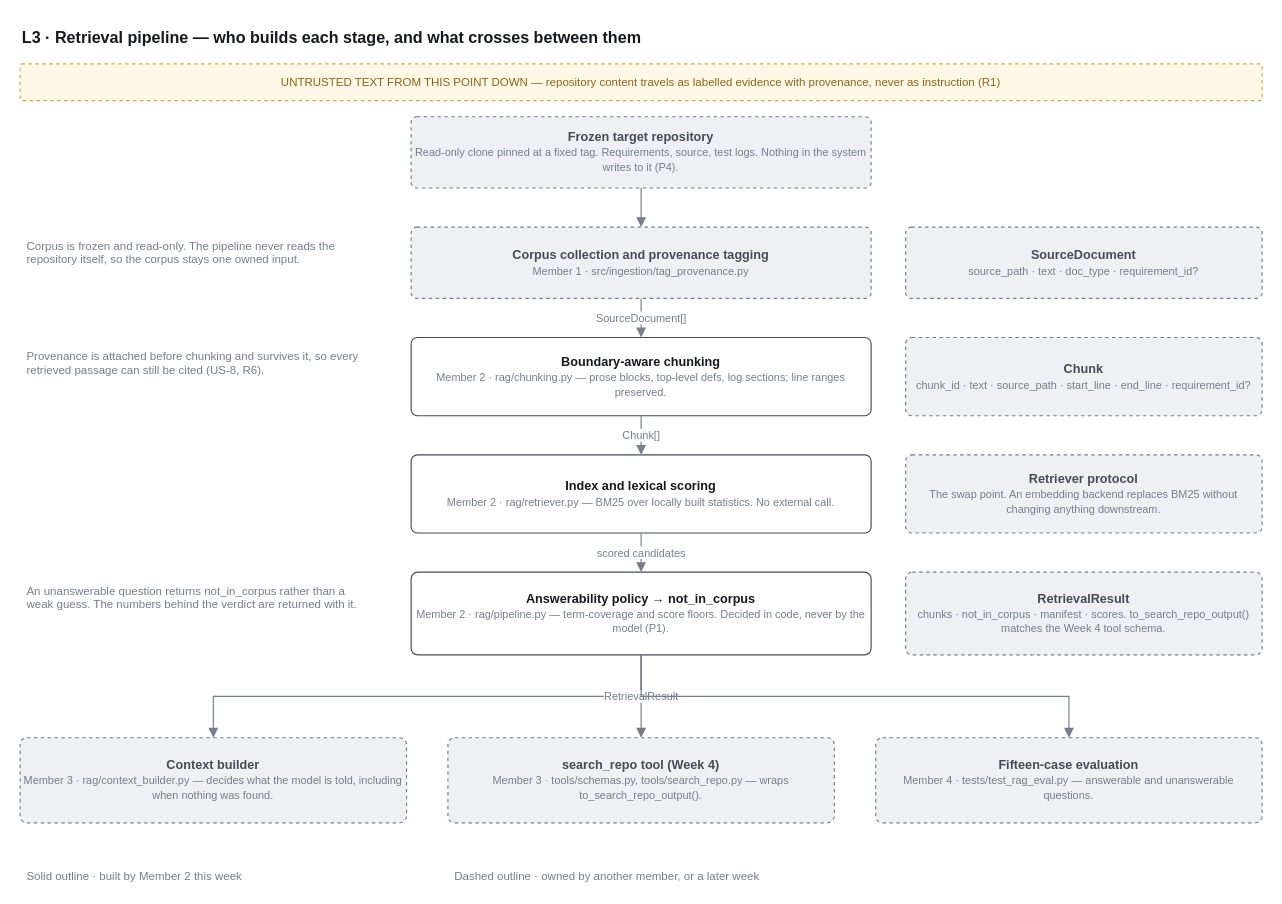
The draw.io diagram page "L3 · Retrieval pipeline" (4 of 4) of docs/architecture/qa-agent-architecture (1).drawio in SelinaMasembe/Software-engineering-QA-agent, before the edit. Source tidied: cells renumbered, new cells numbered last; positions are measured from the earlier drawing's top-left corner, leaving out a move shared by most shapes. Both pictures are drawn from the tidied source at 115%, with x=0, y=0 at pixel (20, 20).
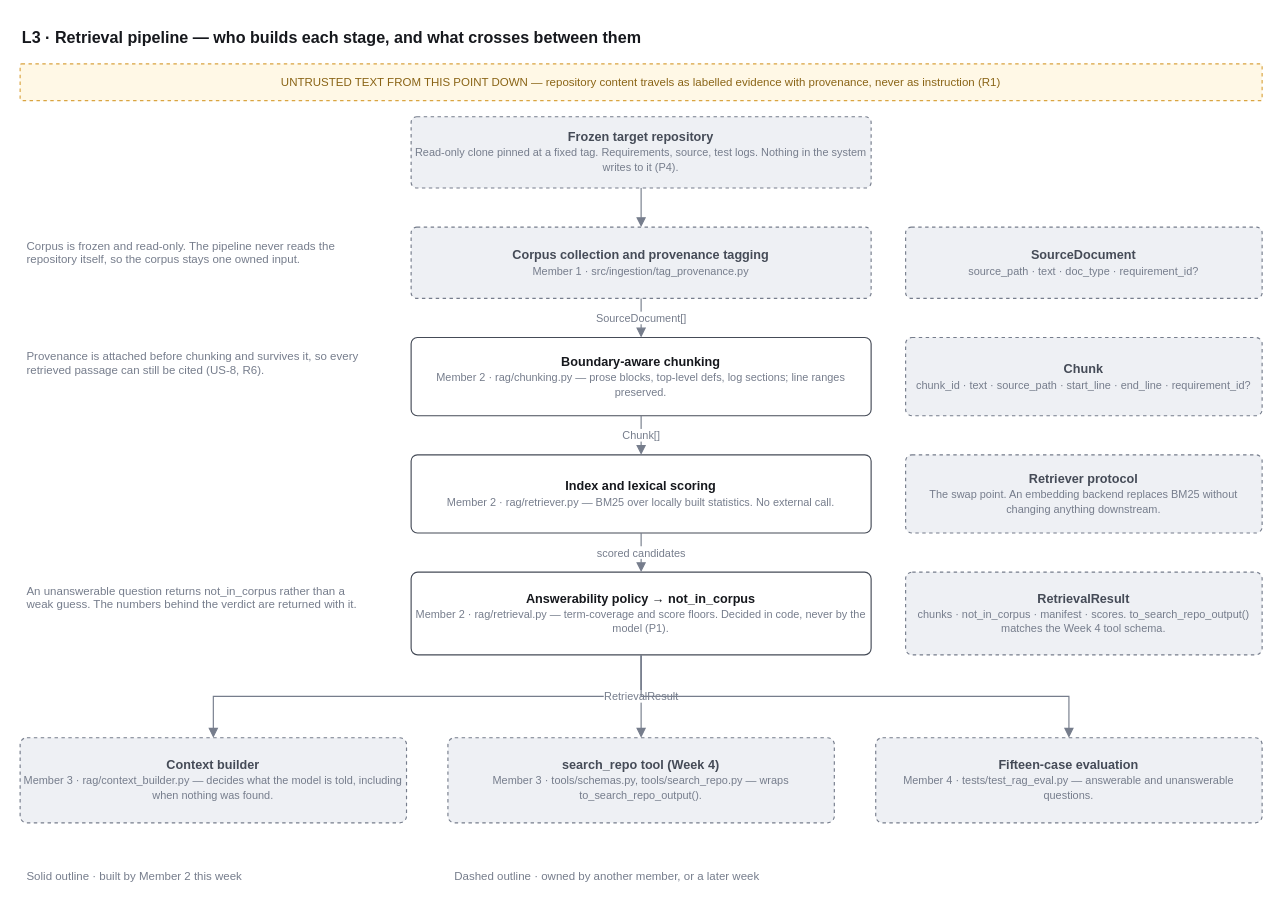
The same diagram, later.

Commit message (it also covers changes not shown here):
Move the retrieval modules into src/rag to match the project layout

The edit, as a diff of the source:
```diff
@@
-    <mxCell id="8" value="&lt;b&gt;Answerability policy → not_in_corpus&lt;/b&gt;&lt;br&gt;&lt;font style=&quot;font-size:9.5px&quot; color=&quot;#767d8c&quot;&gt;Member 2 · rag/pipeline.py — term-coverage and score floors. Decided in code, never by the model (P1).&lt;/font&gt;" style="rounded=1;whiteSpace=wrap;html=1;arcSize=8;fontSize=11;align=center;verticalAlign=middle;spacing=4;fillColor=#ffffff;strokeColor=#454b57;fontColor=#16181d;" parent="1" vertex="1">
+    <mxCell id="8" value="&lt;b&gt;Answerability policy → not_in_corpus&lt;/b&gt;&lt;br&gt;&lt;font style=&quot;font-size:9.5px&quot; color=&quot;#767d8c&quot;&gt;Member 2 · rag/retrieval.py — term-coverage and score floors. Decided in code, never by the model (P1).&lt;/font&gt;" style="rounded=1;whiteSpace=wrap;html=1;arcSize=8;fontSize=11;align=center;verticalAlign=middle;spacing=4;fillColor=#ffffff;strokeColor=#454b57;fontColor=#16181d;" parent="1" vertex="1">
       <mxGeometry x="340" y="480" width="400" height="72" as="geometry" />
     </mxCell>
```
